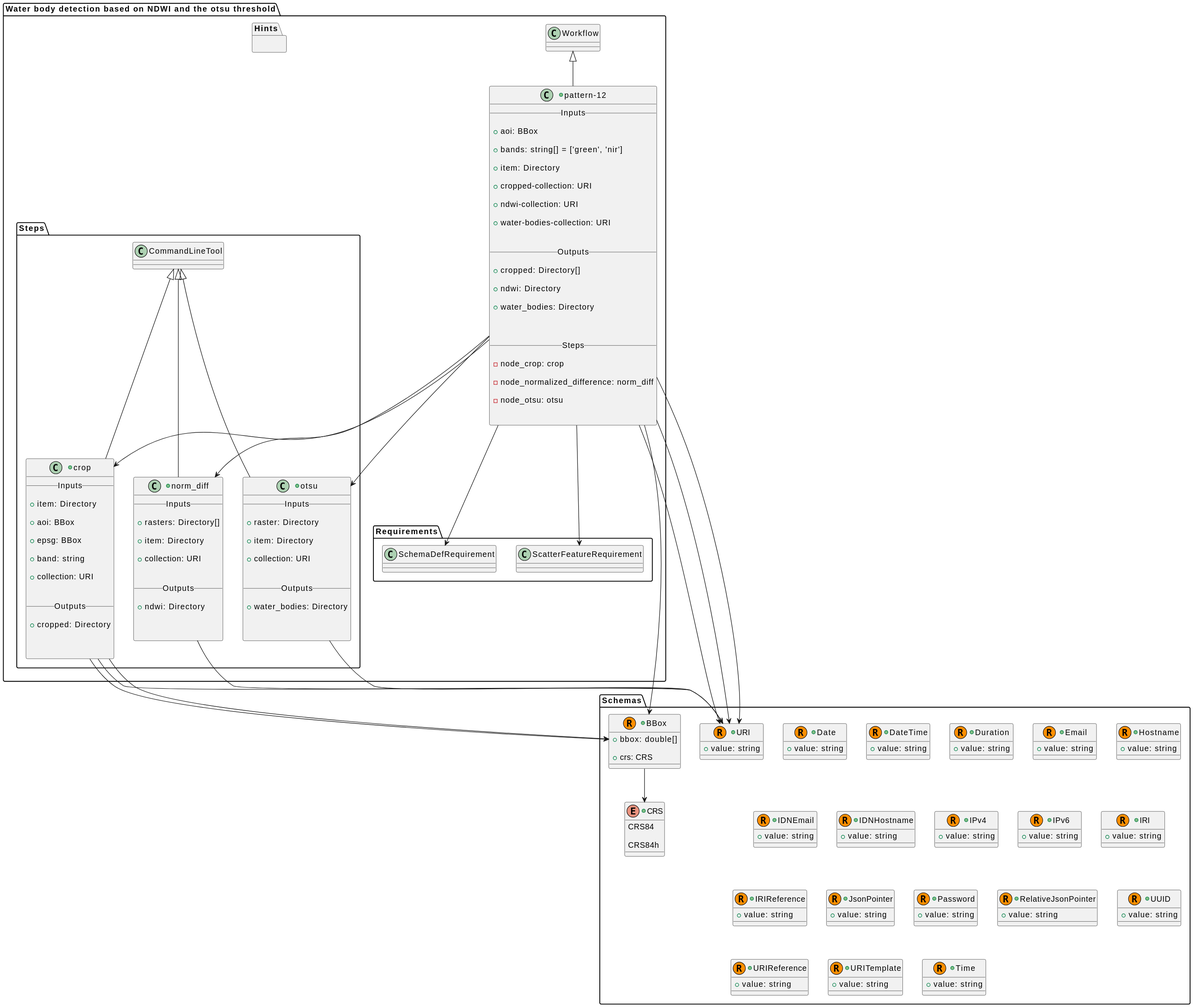
This is docs/pattern-12/class.svg from eoap/application-package-patterns, a PlantUML export, as it was before one commit.
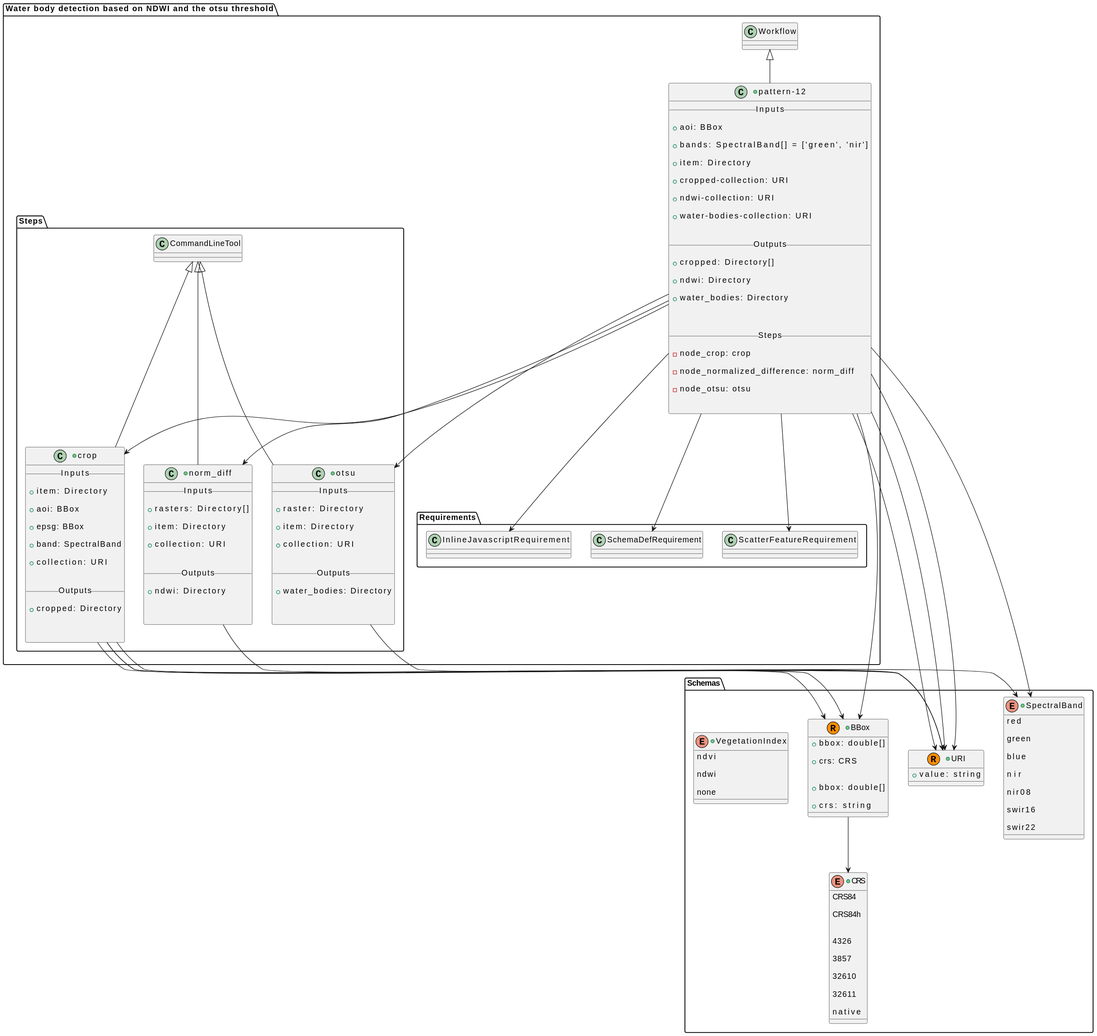
The same file after the commit.

Change to the diagram source:
```diff
@@ -1,20 +1,4 @@
 @startuml
-
-
-
-
-
-
-
-
-
-
-
-
-
-
-
-
             package "Schemas" {
 
 
@@ -48,186 +32,6 @@
 
 
 
-                        +record Date {
-
-        +value: string
-
-    }
-
-
-
-
-
-
-
-                        +record DateTime {
-
-        +value: string
-
-    }
-
-
-
-
-
-
-
-                        +record Duration {
-
-        +value: string
-
-    }
-
-
-
-
-
-
-
-                        +record Email {
-
-        +value: string
-
-    }
-
-
-
-
-
-
-
-                        +record Hostname {
-
-        +value: string
-
-    }
-
-
-
-
-
-
-
-                        +record IDNEmail {
-
-        +value: string
-
-    }
-
-
-
-
-
-
-
-                        +record IDNHostname {
-
-        +value: string
-
-    }
-
-
-
-
-
-
-
-                        +record IPv4 {
-
-        +value: string
-
-    }
-
-
-
-
-
-
-
-                        +record IPv6 {
-
-        +value: string
-
-    }
-
-
-
-
-
-
-
-                        +record IRI {
-
-        +value: string
-
-    }
-
-
-
-
-
-
-
-                        +record IRIReference {
-
-        +value: string
-
-    }
-
-
-
-
-
-
-
-                        +record JsonPointer {
-
-        +value: string
-
-    }
-
-
-
-
-
-
-
-                        +record Password {
-
-        +value: string
-
-    }
-
-
-
-
-
-
-
-                        +record RelativeJsonPointer {
-
-        +value: string
-
-    }
-
-
-
-
-
-
-
-                        +record UUID {
-
-        +value: string
-
-    }
-
-
-
-
-
-
-
                         +record URI {
 
         +value: string
@@ -240,9 +44,11 @@
 
 
 
-                        +record URIReference {
+                        +record BBox {
 
-        +value: string
+        +bbox: double[]
+
+        +crs: string
 
     }
 
@@ -252,9 +58,22 @@
 
 
 
-                        +record URITemplate {
 
-        +value: string
+                        +enum SpectralBand {
+
+        red
+
+        green
+
+        blue
+
+        nir
+
+        nir08
+
+        swir16
+
+        swir22
 
     }
 
@@ -262,18 +81,38 @@
 
 
 
+                        +enum CRS {
 
+        4326
 
-                        +record Time {
+        3857
 
-        +value: string
+        32610
+
+        32611
+
+        native
 
     }
 
 
 
 
+
+                        +enum VegetationIndex {
+
+        ndvi
+
+        ndwi
+
+        none
+
+    }
+
+
             }
+
+
 
 
 
@@ -287,7 +126,7 @@
 
         + aoi: BBox
 
-        + bands: string[] = ['green', 'nir']
+        + bands: SpectralBand[] = ['green', 'nir']
 
         + item: Directory
 
@@ -325,6 +164,7 @@
 
 
 
+        Workflow_pattern_12 --> SpectralBand
 
 
 
@@ -360,7 +200,7 @@
 
         + epsg: BBox
 
-        + band: string
+        + band: SpectralBand
 
         + collection: URI
 
@@ -386,6 +226,7 @@
 
 
 
+        CommandLineTool_crop --> SpectralBand
 
 
 
@@ -487,15 +328,14 @@
         Workflow_pattern_12 --> SchemaDefRequirement
 
 
+
+        class InlineJavascriptRequirement
+        Workflow_pattern_12 --> InlineJavascriptRequirement
+
+
     }
 
 
 
-    package "Hints" {
-
-
-
-    }
-
 }
 @enduml
```
